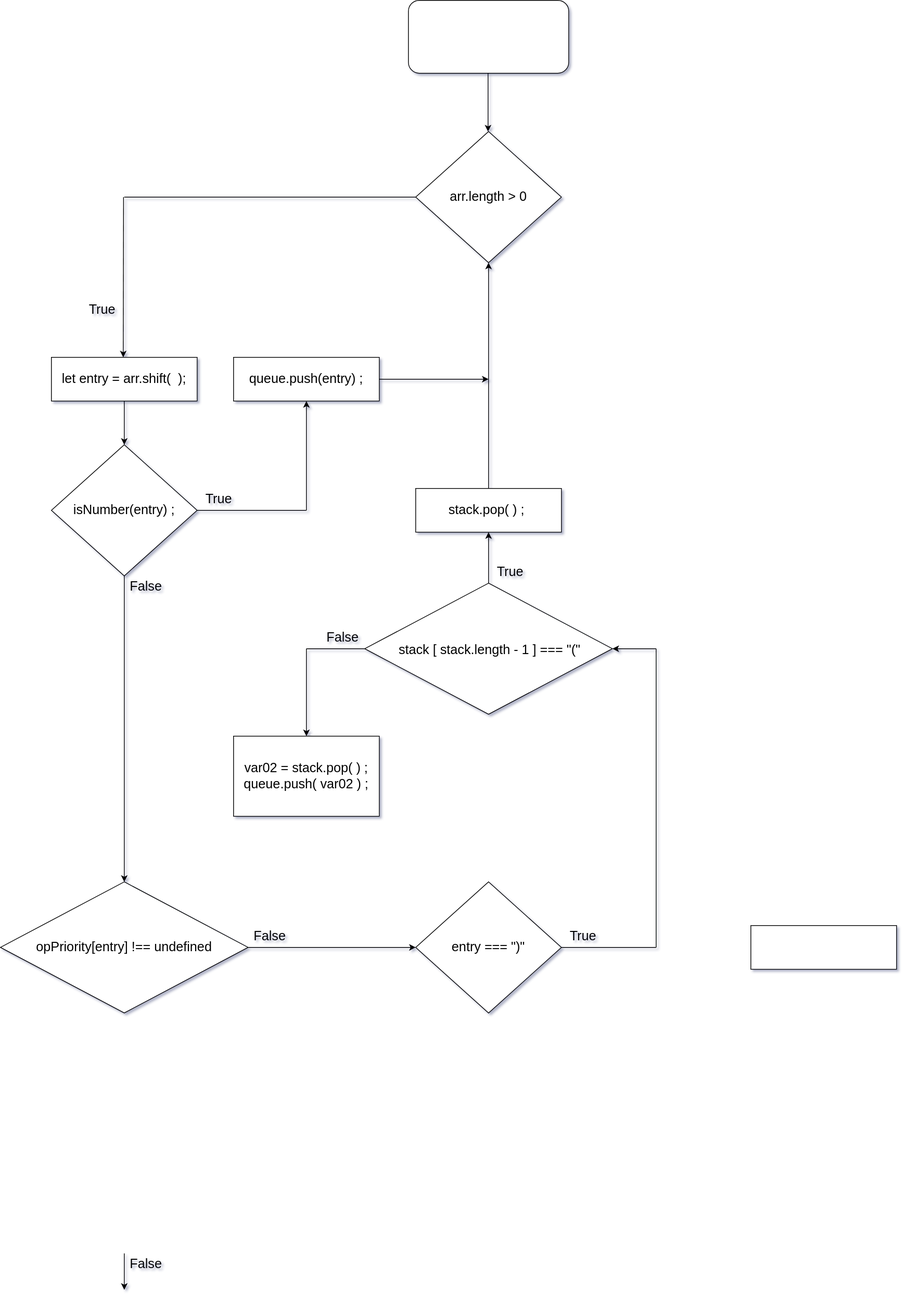
This is Untitled Diagram.drawio.svg from jcgm3205/jcgm3205, a draw.io export, as it was before one commit. Source tidied: cells renumbered, new cells last; positions are measured from the earlier drawing's top-left corner, leaving out a move shared by most shapes.
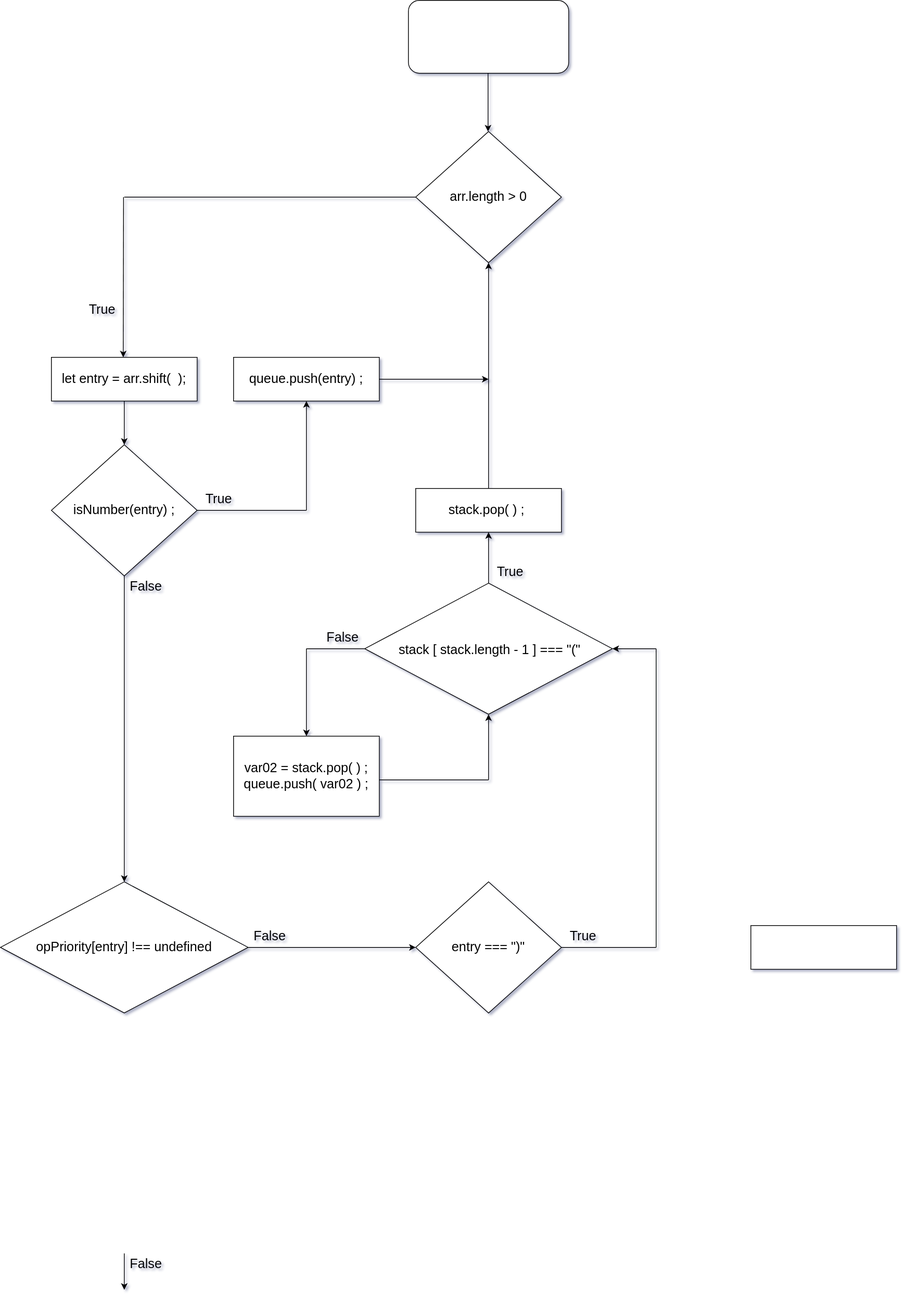
Above is the later version.

What changed in the source:
```diff
@@ -176,5 +176,16 @@
     <mxCell id="46" value="var02 = stack.pop( ) ;&lt;br&gt;queue.push( var02 ) ;" style="text;html=1;strokeColor=none;fillColor=none;align=center;verticalAlign=middle;whiteSpace=wrap;rounded=0;fontSize=18;" parent="1" vertex="1">
       <mxGeometry x="320" y="1010" width="200" height="110" as="geometry" />
     </mxCell>
+    <mxCell id="47" style="endArrow=none;html=1;rounded=0;fontSize=18;" parent="1" edge="1">
+      <mxGeometry relative="1" as="geometry">
+        <mxPoint x="520" y="1070" as="sourcePoint" />
+        <mxPoint x="670" y="1070" as="targetPoint" />
+      </mxGeometry>
+    </mxCell>
+    <mxCell id="48" style="endArrow=classic;html=1;rounded=0;fontSize=18;entryX=0.5;entryY=1;entryDx=0;entryDy=0;" parent="1" edge="1" target="24">
+      <mxGeometry relative="1" as="geometry">
+        <mxPoint x="670" y="1070" as="sourcePoint" />
+      </mxGeometry>
+    </mxCell>
   </root>
 </mxGraphModel>
```
